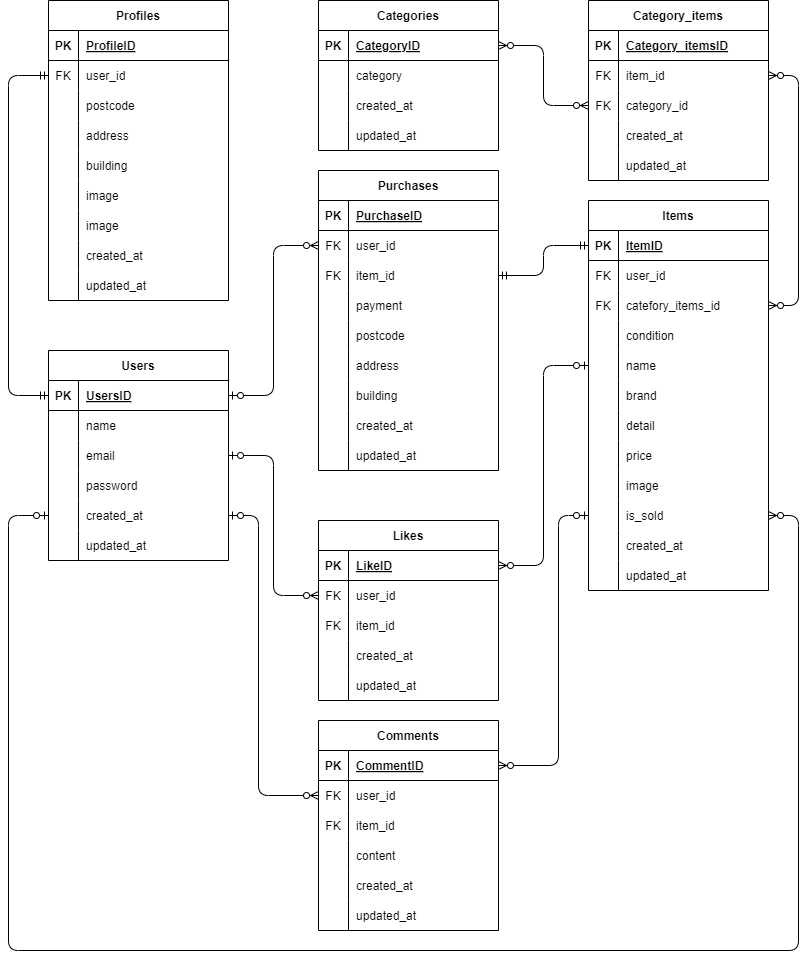
Before: ER.drawio.png, a diagram exported from draw.io (orochan89/flea-market-app). Source tidied: cells renumbered, new cells last; positions are measured from the earlier drawing's top-left corner, leaving out a move shared by most shapes.
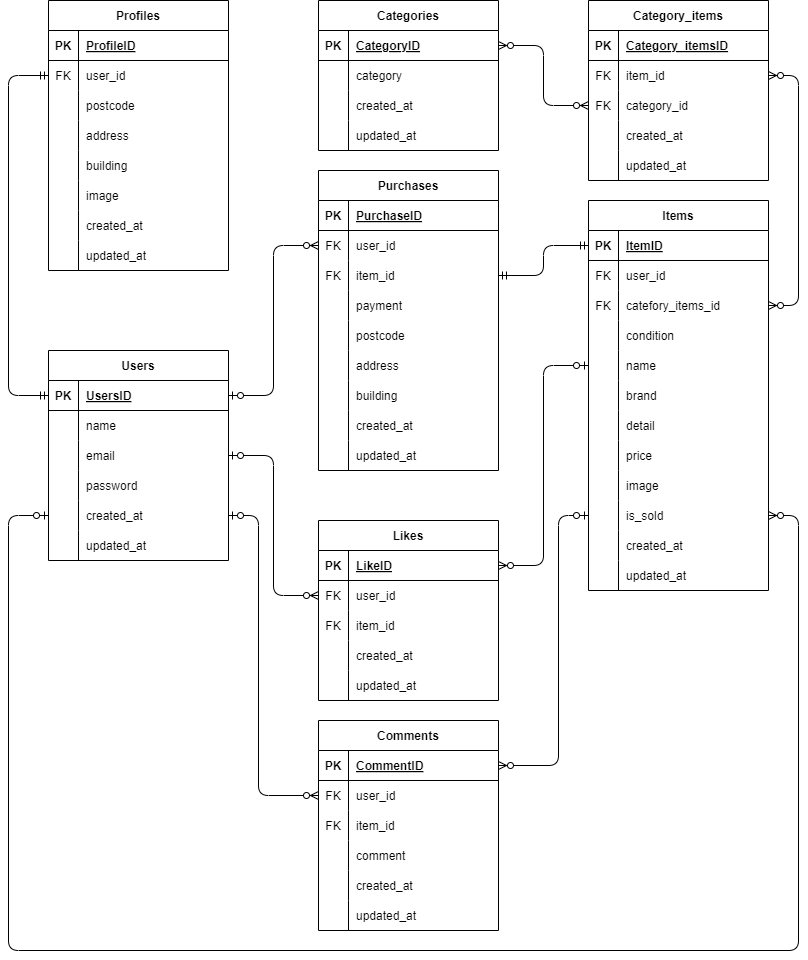
Later version of the same file.

What changed in the source:
```diff
@@ -338,7 +338,7 @@
     <mxCell id="113" style="shape=partialRectangle;fillColor=none;top=0;left=0;bottom=0;right=0;overflow=hidden;" parent="112" vertex="1">
       <mxGeometry width="30" height="30" as="geometry" />
     </mxCell>
-    <mxCell id="114" value="content" style="shape=partialRectangle;fillColor=none;top=0;left=0;bottom=0;right=0;align=left;spacingLeft=6;overflow=hidden;" parent="112" vertex="1">
+    <mxCell id="114" value="comment" style="shape=partialRectangle;fillColor=none;top=0;left=0;bottom=0;right=0;align=left;spacingLeft=6;overflow=hidden;" parent="112" vertex="1">
       <mxGeometry x="30" width="150" height="30" as="geometry" />
     </mxCell>
     <mxCell id="115" style="shape=tableRow;horizontal=0;startSize=0;swimlaneHead=0;swimlaneBody=0;fillColor=none;top=0;left=0;right=0;bottom=0;" parent="102" vertex="1">
@@ -399,7 +399,7 @@
       <mxGeometry x="30" width="150" height="30" as="geometry" />
     </mxCell>
     <mxCell id="134" value="Profiles" style="shape=table;startSize=30;rowLines=0;fontStyle=1;align=center;" parent="1" vertex="1">
-      <mxGeometry x="40" width="180" height="300" as="geometry" />
+      <mxGeometry x="40" width="180" height="270" as="geometry" />
     </mxCell>
     <mxCell id="135" style="shape=tableRow;horizontal=0;startSize=0;swimlaneHead=0;swimlaneBody=0;fillColor=none;top=0;left=0;right=0;bottom=1;" parent="134" vertex="1">
       <mxGeometry y="30" width="180" height="30" as="geometry" />
@@ -455,17 +455,8 @@
     <mxCell id="152" value="image" style="shape=partialRectangle;fillColor=none;top=0;left=0;bottom=0;right=0;align=left;spacingLeft=6;overflow=hidden;" parent="150" vertex="1">
       <mxGeometry x="30" width="150" height="30" as="geometry" />
     </mxCell>
-    <mxCell id="153" style="shape=tableRow;horizontal=0;startSize=0;swimlaneHead=0;swimlaneBody=0;fillColor=none;top=0;left=0;right=0;bottom=0;" parent="134" vertex="1">
-      <mxGeometry y="210" width="180" height="30" as="geometry" />
-    </mxCell>
-    <mxCell id="154" style="shape=partialRectangle;fillColor=none;top=0;left=0;bottom=0;right=0;overflow=hidden;" parent="153" vertex="1">
-      <mxGeometry width="30" height="30" as="geometry" />
-    </mxCell>
-    <mxCell id="155" value="image" style="shape=partialRectangle;fillColor=none;top=0;left=0;bottom=0;right=0;align=left;spacingLeft=6;overflow=hidden;" parent="153" vertex="1">
-      <mxGeometry x="30" width="150" height="30" as="geometry" />
-    </mxCell>
     <mxCell id="156" style="shape=tableRow;horizontal=0;startSize=0;swimlaneHead=0;swimlaneBody=0;fillColor=none;top=0;left=0;right=0;bottom=0;" parent="134" vertex="1">
-      <mxGeometry y="240" width="180" height="30" as="geometry" />
+      <mxGeometry y="210" width="180" height="30" as="geometry" />
     </mxCell>
     <mxCell id="157" style="shape=partialRectangle;fillColor=none;top=0;left=0;bottom=0;right=0;overflow=hidden;" parent="156" vertex="1">
       <mxGeometry width="30" height="30" as="geometry" />
@@ -474,7 +465,7 @@
       <mxGeometry x="30" width="150" height="30" as="geometry" />
     </mxCell>
     <mxCell id="159" style="shape=tableRow;horizontal=0;startSize=0;swimlaneHead=0;swimlaneBody=0;fillColor=none;top=0;left=0;right=0;bottom=0;" parent="134" vertex="1">
-      <mxGeometry y="270" width="180" height="30" as="geometry" />
+      <mxGeometry y="240" width="180" height="30" as="geometry" />
     </mxCell>
     <mxCell id="160" style="shape=partialRectangle;fillColor=none;top=0;left=0;bottom=0;right=0;overflow=hidden;" parent="159" vertex="1">
       <mxGeometry width="30" height="30" as="geometry" />
```
